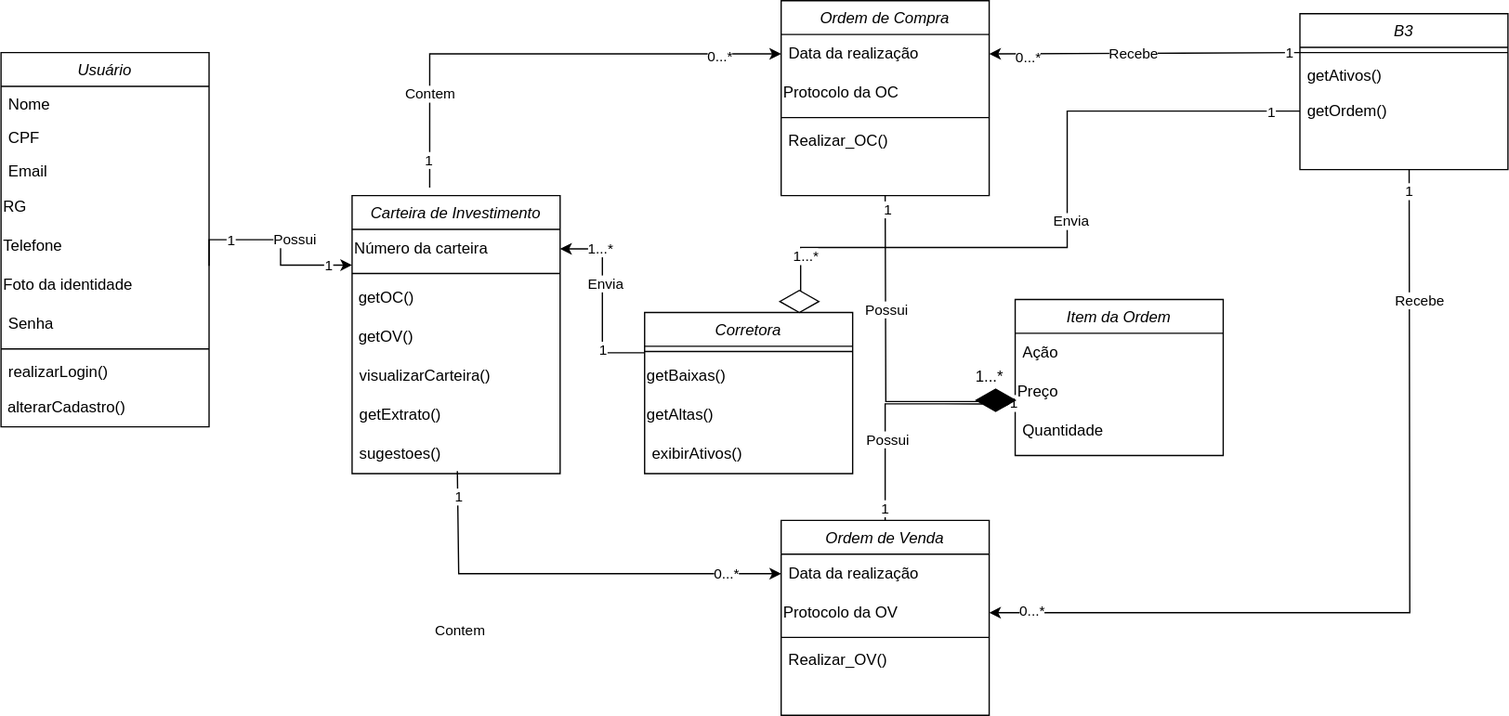
The draw.io diagram Diagrama de classe.drawio.svg in JesCat16/Projeto01_Modelagem_De_Software, before a commit. Source tidied: cells renumbered, new cells last; positions are measured from the earlier drawing's top-left corner, leaving out a move shared by most shapes.
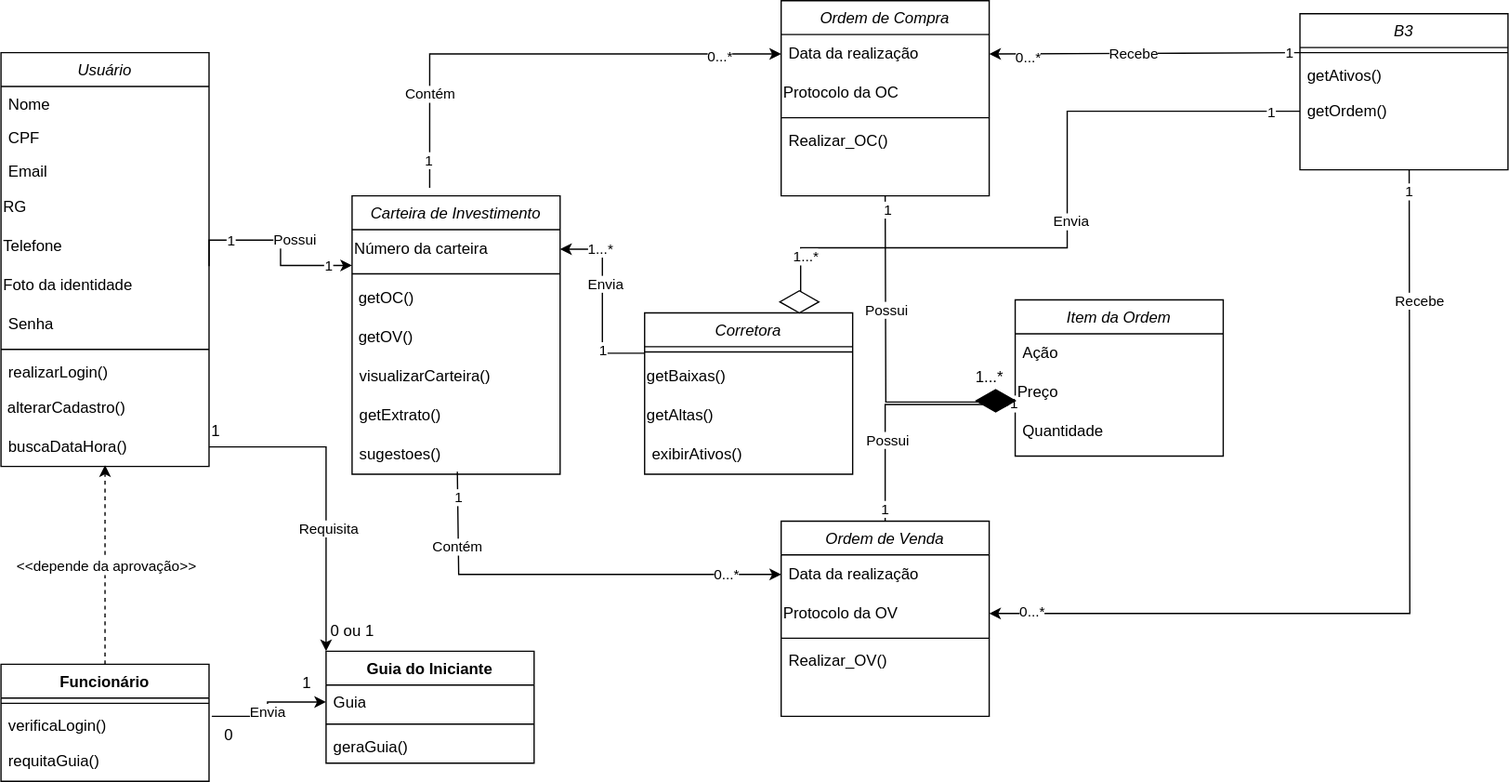
The same diagram one commit later.

Change to the diagram source:
```diff
@@ -3,7 +3,7 @@
     <mxCell id="0" />
     <mxCell id="1" parent="0" />
     <mxCell id="2" value="Usuário" style="swimlane;fontStyle=2;align=center;verticalAlign=top;horizontal=1;startSize=26;rounded=0;shadow=0;strokeWidth=1;" parent="1" vertex="1">
-      <mxGeometry y="40" width="160" height="288" as="geometry" />
+      <mxGeometry y="40" width="160" height="318" as="geometry" />
     </mxCell>
     <mxCell id="3" value="Nome" style="text;align=left;verticalAlign=top;spacingLeft=4;spacingRight=4;overflow=hidden;" parent="2" vertex="1">
       <mxGeometry y="26" width="160" height="26" as="geometry" />
@@ -35,6 +35,9 @@
     <mxCell id="12" value="&amp;nbsp;alterarCadastro()" style="text;html=1;align=left;verticalAlign=middle;strokeColor=none;fillColor=none;" parent="2" vertex="1">
       <mxGeometry y="258" width="160" height="30" as="geometry" />
     </mxCell>
+    <mxCell id="83" value="buscaDataHora()" style="text;strokeColor=none;fillColor=none;align=left;verticalAlign=middle;spacingLeft=4;spacingRight=4;overflow=hidden;points=[[0,0.5],[1,0.5]];portConstraint=eastwest;whiteSpace=wrap;html=1;" parent="2" vertex="1">
+      <mxGeometry y="288" width="160" height="30" as="geometry" />
+    </mxCell>
     <mxCell id="13" value="Carteira de Investimento" style="swimlane;fontStyle=2;align=center;verticalAlign=top;horizontal=1;startSize=26;rounded=0;shadow=0;strokeWidth=1;" parent="1" vertex="1">
       <mxGeometry x="270" y="150" width="160" height="214" as="geometry" />
     </mxCell>
@@ -164,7 +167,7 @@
     <mxCell id="51" style="edgeStyle=orthogonalEdgeStyle;rounded=0;jettySize=auto;html=1;exitX=0;exitY=0.5;exitDx=0;exitDy=0;entryX=0.373;entryY=-0.029;entryDx=0;entryDy=0;entryPerimeter=0;endArrow=none;endFill=0;startArrow=classic;startFill=1;" parent="1" edge="1" source="22" target="13">
       <mxGeometry relative="1" as="geometry" />
     </mxCell>
-    <mxCell id="52" value="Contem" style="edgeLabel;html=1;align=center;verticalAlign=middle;" parent="51" vertex="1">
+    <mxCell id="52" value="Contém" style="edgeLabel;html=1;align=center;verticalAlign=middle;" parent="51" vertex="1">
       <mxGeometry x="0.9" relative="1" as="geometry">
         <mxPoint y="-53" as="offset" />
       </mxGeometry>
@@ -212,9 +215,9 @@
         </Array>
       </mxGeometry>
     </mxCell>
-    <mxCell id="62" value="Contem" style="edgeLabel;html=1;align=center;verticalAlign=middle;" parent="61" vertex="1">
+    <mxCell id="62" value="Contém" style="edgeLabel;html=1;align=center;verticalAlign=middle;" parent="61" vertex="1">
       <mxGeometry x="0.89" y="-1" relative="1" as="geometry">
-        <mxPoint y="104" as="offset" />
+        <mxPoint x="-2" y="39" as="offset" />
       </mxGeometry>
     </mxCell>
     <mxCell id="63" value="0...*" style="edgeLabel;html=1;align=center;verticalAlign=middle;" parent="61" vertex="1">
@@ -293,5 +296,59 @@
     <mxCell id="82" value="1...*" style="text;html=1;align=center;verticalAlign=middle;strokeColor=none;fillColor=none;" parent="1" vertex="1">
       <mxGeometry x="740" y="275" width="40" height="30" as="geometry" />
     </mxCell>
+    <mxCell id="84" value="Funcionário" style="swimlane;fontStyle=1;align=center;verticalAlign=top;horizontal=1;startSize=26;whiteSpace=wrap;html=1;" parent="1" vertex="1">
+      <mxGeometry y="510" width="160" height="90" as="geometry" />
+    </mxCell>
+    <mxCell id="85" style="line;strokeWidth=1;fillColor=none;align=left;verticalAlign=middle;spacingTop=-1;spacingLeft=3;spacingRight=3;labelPosition=right;strokeColor=inherit;" parent="84" vertex="1">
+      <mxGeometry y="26" width="160" height="8" as="geometry" />
+    </mxCell>
+    <mxCell id="86" value="verificaLogin()" style="text;strokeColor=none;fillColor=none;align=left;verticalAlign=top;spacingLeft=4;spacingRight=4;overflow=hidden;points=[[0,0.5],[1,0.5]];portConstraint=eastwest;whiteSpace=wrap;html=1;" parent="84" vertex="1">
+      <mxGeometry y="34" width="160" height="26" as="geometry" />
+    </mxCell>
+    <mxCell id="87" value="requitaGuia()" style="text;strokeColor=none;fillColor=none;align=left;verticalAlign=middle;spacingLeft=4;spacingRight=4;overflow=hidden;whiteSpace=wrap;html=1;" parent="84" vertex="1">
+      <mxGeometry y="60" width="160" height="30" as="geometry" />
+    </mxCell>
+    <mxCell id="88" style="edgeStyle=orthogonalEdgeStyle;rounded=0;jettySize=auto;html=1;exitX=0.5;exitY=0;exitDx=0;exitDy=0;entryX=0.5;entryY=0.967;entryDx=0;entryDy=0;entryPerimeter=0;startArrow=none;startFill=0;endArrow=classic;endFill=1;dashed=1;" parent="1" edge="1" source="84" target="83">
+      <mxGeometry relative="1" as="geometry" />
+    </mxCell>
+    <mxCell id="89" value="&amp;lt;&amp;lt;depende da aprovação&amp;gt;&amp;gt;" style="edgeLabel;html=1;align=center;verticalAlign=middle;" parent="88" vertex="1">
+      <mxGeometry x="-0.01" relative="1" as="geometry" />
+    </mxCell>
+    <mxCell id="90" value="Guia do Iniciante" style="swimlane;fontStyle=1;align=center;verticalAlign=top;horizontal=1;startSize=26;whiteSpace=wrap;html=1;" parent="1" vertex="1">
+      <mxGeometry x="250" y="500" width="160" height="86" as="geometry" />
+    </mxCell>
+    <mxCell id="91" value="Guia" style="text;strokeColor=none;fillColor=none;align=left;verticalAlign=top;spacingLeft=4;spacingRight=4;overflow=hidden;points=[[0,0.5],[1,0.5]];portConstraint=eastwest;whiteSpace=wrap;html=1;" parent="90" vertex="1">
+      <mxGeometry y="26" width="160" height="26" as="geometry" />
+    </mxCell>
+    <mxCell id="92" style="line;strokeWidth=1;fillColor=none;align=left;verticalAlign=middle;spacingTop=-1;spacingLeft=3;spacingRight=3;labelPosition=right;strokeColor=inherit;" parent="90" vertex="1">
+      <mxGeometry y="52" width="160" height="8" as="geometry" />
+    </mxCell>
+    <mxCell id="93" value="geraGuia()" style="text;strokeColor=none;fillColor=none;align=left;verticalAlign=top;spacingLeft=4;spacingRight=4;overflow=hidden;whiteSpace=wrap;html=1;" parent="90" vertex="1">
+      <mxGeometry y="60" width="160" height="26" as="geometry" />
+    </mxCell>
+    <mxCell id="94" style="edgeStyle=orthogonalEdgeStyle;rounded=0;jettySize=auto;html=1;exitX=1;exitY=0.5;exitDx=0;exitDy=0;entryX=0;entryY=0;entryDx=0;entryDy=0;" parent="1" edge="1" source="83" target="90">
+      <mxGeometry relative="1" as="geometry" />
+    </mxCell>
+    <mxCell id="95" value="Requisita" style="edgeLabel;html=1;align=center;verticalAlign=middle;" parent="94" vertex="1">
+      <mxGeometry x="0.23" y="1" relative="1" as="geometry" />
+    </mxCell>
+    <mxCell id="96" style="edgeStyle=orthogonalEdgeStyle;rounded=0;jettySize=auto;html=1;exitX=0;exitY=0.5;exitDx=0;exitDy=0;entryX=1.013;entryY=0.231;entryDx=0;entryDy=0;entryPerimeter=0;startArrow=classic;startFill=1;endArrow=none;endFill=0;" parent="1" edge="1" source="91" target="86">
+      <mxGeometry relative="1" as="geometry" />
+    </mxCell>
+    <mxCell id="97" value="Envia" style="edgeLabel;html=1;align=center;verticalAlign=middle;" parent="96" vertex="1">
+      <mxGeometry x="0.05" y="-1" relative="1" as="geometry" />
+    </mxCell>
+    <mxCell id="98" value="0" style="text;html=1;align=center;verticalAlign=middle;strokeColor=none;fillColor=none;" parent="1" vertex="1">
+      <mxGeometry x="160" y="550" width="30" height="30" as="geometry" />
+    </mxCell>
+    <mxCell id="99" value="1" style="text;html=1;align=center;verticalAlign=middle;strokeColor=none;fillColor=none;" parent="1" vertex="1">
+      <mxGeometry x="220" y="510" width="30" height="30" as="geometry" />
+    </mxCell>
+    <mxCell id="100" value="0 ou 1" style="text;html=1;align=center;verticalAlign=middle;strokeColor=none;fillColor=none;" parent="1" vertex="1">
+      <mxGeometry x="240" y="470" width="60" height="30" as="geometry" />
+    </mxCell>
+    <mxCell id="101" value="1" style="text;html=1;align=center;verticalAlign=middle;strokeColor=none;fillColor=none;" parent="1" vertex="1">
+      <mxGeometry x="150" y="316" width="30" height="30" as="geometry" />
+    </mxCell>
   </root>
 </mxGraphModel>
```
